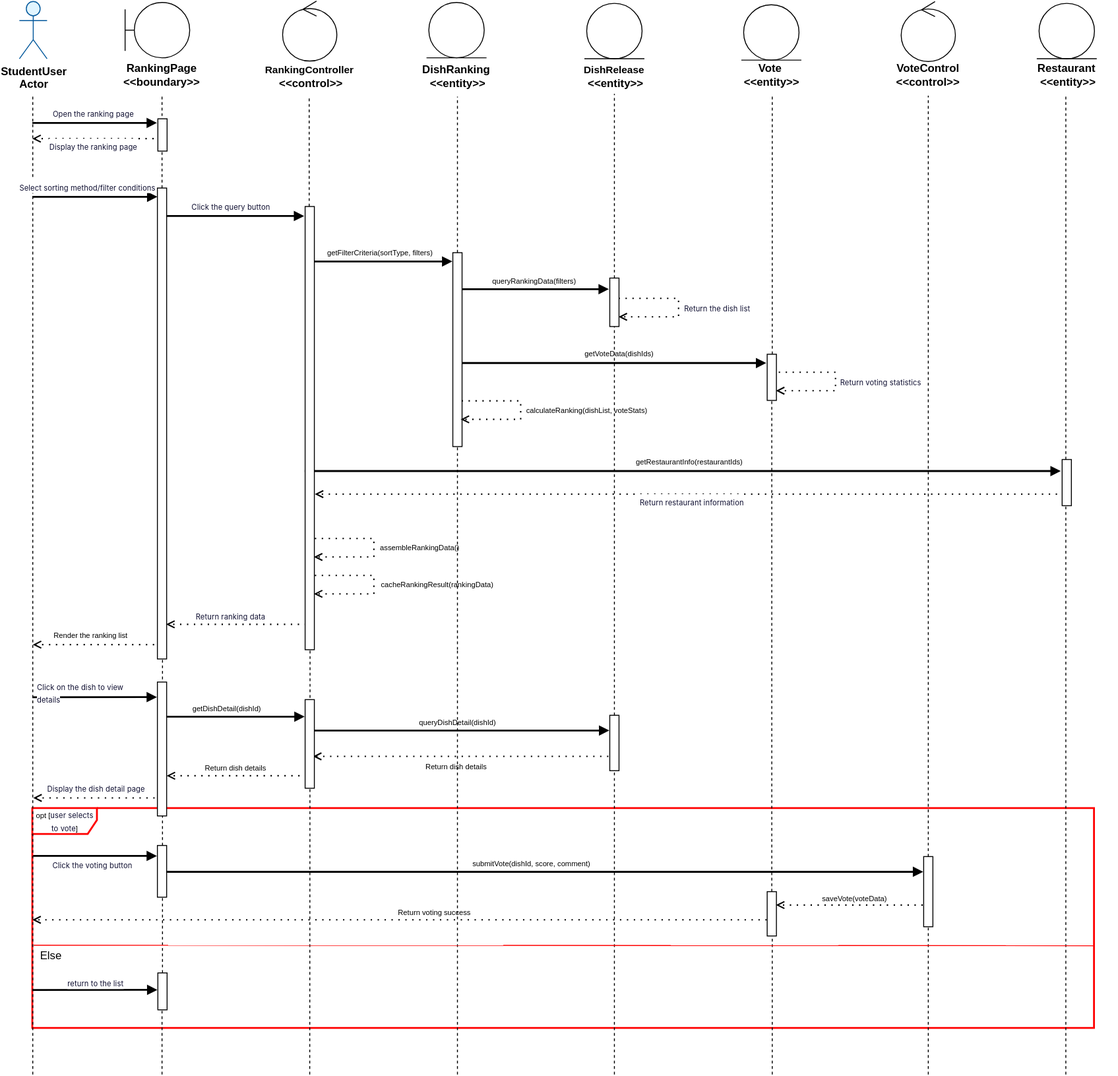
Above: Assignment2/diagrams/SL-ID.svg in qianlinnian/se_sad_project (draw.io), before the change. Source tidied: cells renumbered, new cells last; positions are measured from the earlier drawing's top-left corner, leaving out a move shared by most shapes.
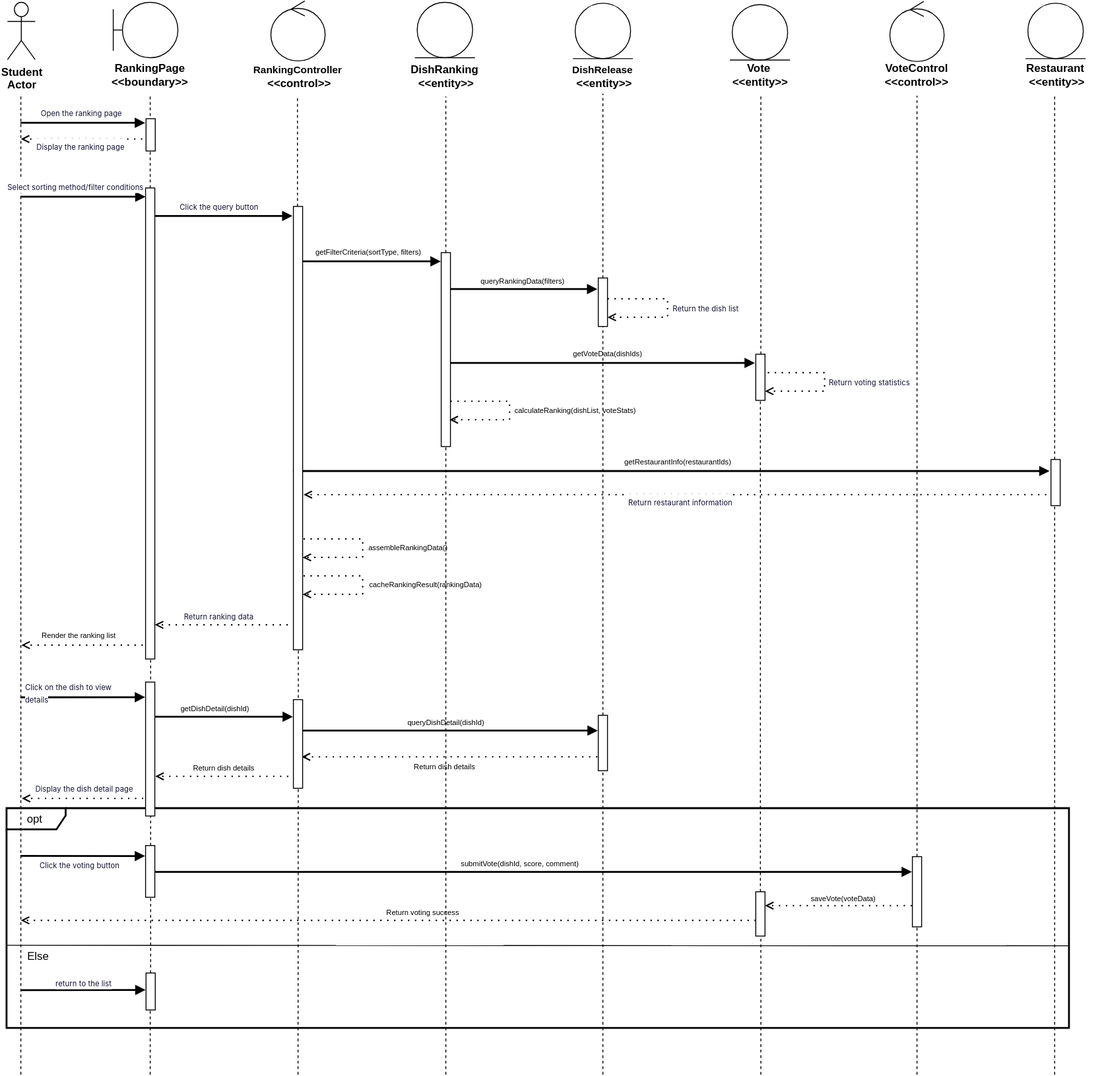
The same file after the commit.

What changed in the source:
```diff
@@ -170,8 +170,8 @@
         <mxPoint x="16" y="150" as="targetPoint" />
       </mxGeometry>
     </mxCell>
-    <mxCell id="36" value="&lt;font style=&quot;font-size: 8px; font-weight: normal;&quot;&gt;opt [&lt;span style=&quot;color: rgb(17, 17, 51); font-family: -apple-system, blinkmacsystemfont, &amp;quot;Helvetica Neue&amp;quot;, helvetica, &amp;quot;segoe ui&amp;quot;, arial, roboto, &amp;quot;PingFang SC&amp;quot;, miui, &amp;quot;Hiragino Sans GB&amp;quot;, &amp;quot;Microsoft Yahei&amp;quot;, sans-serif, &amp;quot;Source Han Serif&amp;quot;; letter-spacing: 0.064px; text-align: left; background-color: rgb(255, 255, 255);&quot;&gt;user selects to vote&lt;/span&gt;]&lt;/font&gt;" style="shape=umlFrame;whiteSpace=wrap;html=1;fontSize=11;fontStyle=1;fillColor=#FFFFFF;strokeColor=#FF0000;strokeWidth=2;width=70;height=28;" parent="1" vertex="1">
-      <mxGeometry x="16" y="875" width="1150" height="238" as="geometry" />
+    <mxCell id="36" value="&lt;font style=&quot;font-weight: normal; font-size: 12px;&quot;&gt;opt&amp;nbsp;&lt;/font&gt;" style="shape=umlFrame;whiteSpace=wrap;html=1;fontSize=11;fontStyle=1;fillColor=#FFFFFF;strokeColor=#000000;strokeWidth=2;width=64;height=23;" parent="1" vertex="1">
+      <mxGeometry x="1" y="875" width="1150" height="238" as="geometry" />
     </mxCell>
     <mxCell id="37" style="html=1;verticalAlign=bottom;endArrow=block;startArrow=none;dashed=0;dashPattern=1 4;entryX=0;entryY=0;rounded=0;strokeWidth=2;strokeColor=#000000;" parent="1" edge="1">
       <mxGeometry relative="1" as="geometry">
@@ -418,8 +418,8 @@
     <mxCell id="94" value="&lt;font style=&quot;font-size: 12px;&quot;&gt;&lt;span style=&quot;font-size: 11px; font-weight: 700;&quot;&gt;DishRelease&lt;/span&gt;&lt;br&gt;&lt;/font&gt;&lt;div&gt;&lt;b&gt;&lt;font style=&quot;font-size: 12px;&quot;&gt;&amp;nbsp;&amp;lt;&amp;lt;entity&amp;gt;&amp;gt;&lt;/font&gt;&lt;/b&gt;&lt;/div&gt;" style="text;html=1;whiteSpace=wrap;strokeColor=none;fillColor=none;align=center;verticalAlign=middle;rounded=0;" parent="1" vertex="1">
       <mxGeometry x="591" y="67" width="110" height="30" as="geometry" />
     </mxCell>
-    <mxCell id="95" value="StudentUser&#10;Actor" style="shape=umlActor;verticalLabelPosition=bottom;verticalAlign=top;html=1;fillColor=#e1f5ff;strokeColor=#01579b;fontSize=12;fontStyle=1;" parent="1" vertex="1">
-      <mxGeometry x="1.5" y="1" width="30" height="62" as="geometry" />
+    <mxCell id="95" value="Student&lt;div&gt;Actor&lt;/div&gt;" style="shape=umlActor;verticalLabelPosition=bottom;verticalAlign=top;html=1;fillColor=none;strokeColor=#000000;fontSize=12;fontStyle=1;" parent="1" vertex="1">
+      <mxGeometry x="1.5" y="2" width="30" height="62" as="geometry" />
     </mxCell>
     <mxCell id="96" style="html=1;verticalAlign=bottom;endArrow=open;startArrow=none;dashed=1;dashPattern=1 4;rounded=0;strokeWidth=1.5;strokeColor=#000000;" parent="1" edge="1">
       <mxGeometry relative="1" as="geometry">
@@ -457,10 +457,10 @@
         <mxPoint x="821.5" y="980" as="targetPoint" />
       </mxGeometry>
     </mxCell>
-    <mxCell id="100" style="endArrow=none;html=1;rounded=0;entryX=0.999;entryY=0.624;entryDx=0;entryDy=0;entryPerimeter=0;strokeColor=#FF0000;" parent="1" edge="1">
+    <mxCell id="100" style="endArrow=none;html=1;rounded=0;entryX=0.999;entryY=0.624;entryDx=0;entryDy=0;entryPerimeter=0;strokeColor=#000000;" parent="1" edge="1">
       <mxGeometry relative="1" as="geometry">
-        <mxPoint x="17" y="1023" as="sourcePoint" />
-        <mxPoint x="1165.8" y="1023.5" as="targetPoint" />
+        <mxPoint x="1" y="1023" as="sourcePoint" />
+        <mxPoint x="1149.8" y="1023.5" as="targetPoint" />
       </mxGeometry>
     </mxCell>
     <mxCell id="101" value="Else" style="text;html=1;whiteSpace=wrap;strokeColor=none;fillColor=none;align=center;verticalAlign=middle;rounded=0;" parent="1" vertex="1">
```
